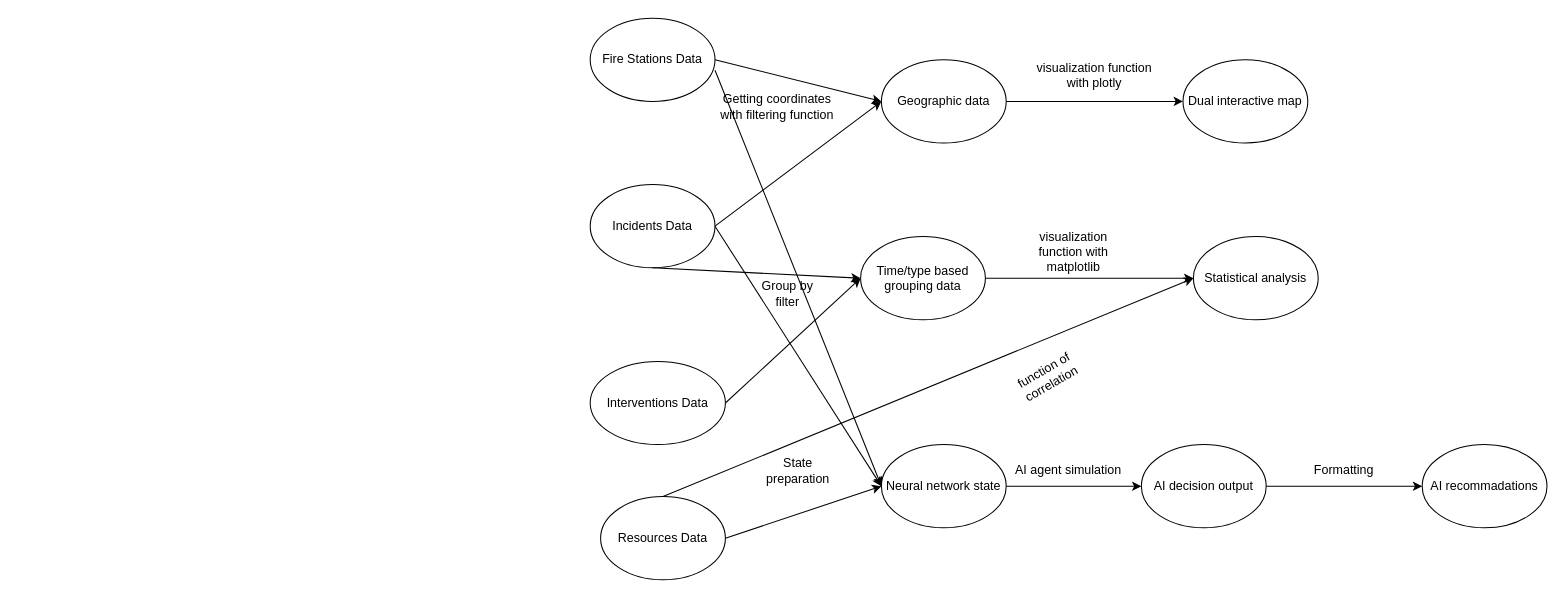
Earlier version of the draw.io diagram Diagramme sans nom.drawio (Neaxyn/Algo-tools). Source tidied: cells renumbered, new cells numbered last; positions are measured from the earlier drawing's top-left corner, leaving out a move shared by most shapes. Both pictures are drawn from the tidied source at 104%, with x=0, y=0 at pixel (590, 18).
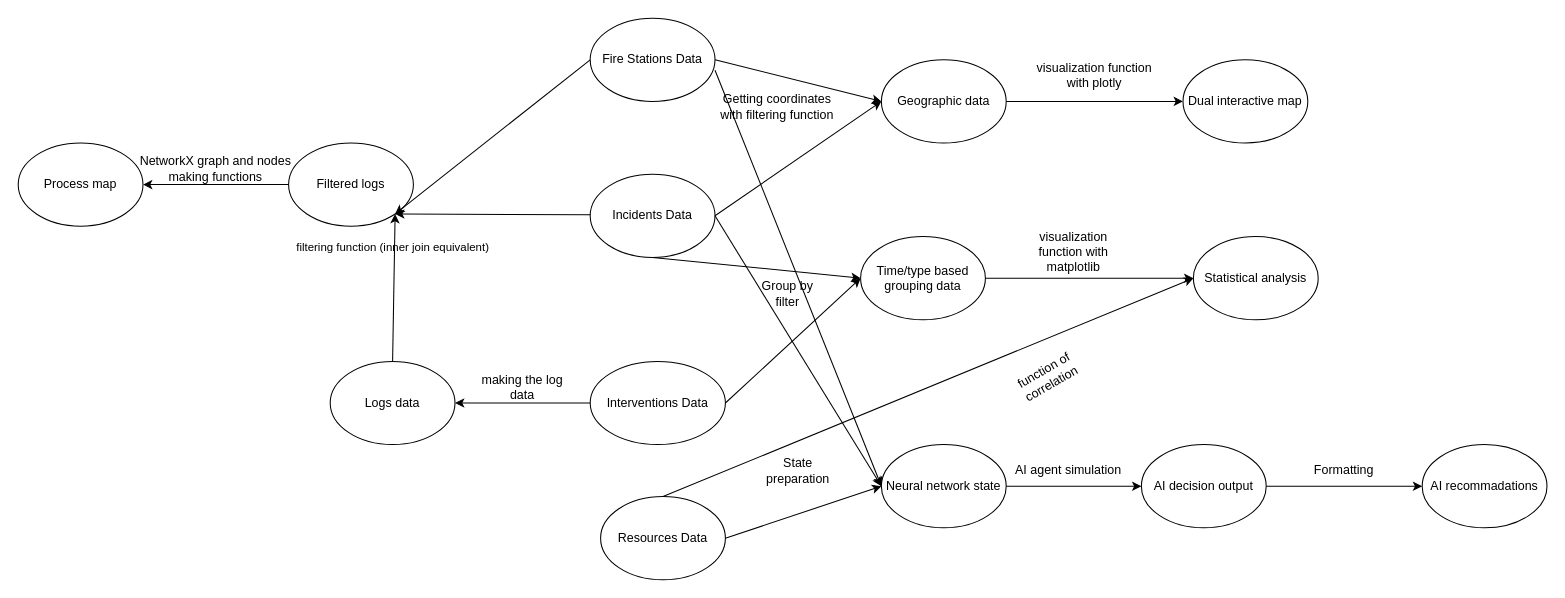
The same page after the edit.

Unchanged cells that the change refers to:
```xml
<mxCell id="3" value="Fire Stations Data" style="ellipse;whiteSpace=wrap;html=1;" parent="1" vertex="1">
  <mxGeometry width="120" height="80" as="geometry" />
</mxCell>
<mxCell id="5" value="Interventions Data" style="ellipse;whiteSpace=wrap;html=1;" parent="1" vertex="1">
  <mxGeometry y="330" width="130" height="80" as="geometry" />
</mxCell>
```

Diff of the diagram source:
```diff
@@
     <mxCell id="4" value="Incidents Data" style="ellipse;whiteSpace=wrap;html=1;" parent="1" vertex="1">
-      <mxGeometry y="160" width="120" height="80" as="geometry" />
+      <mxGeometry y="150" width="120" height="80" as="geometry" />
     </mxCell>
@@
+    <mxCell id="33" value="Logs data" style="ellipse;whiteSpace=wrap;html=1;" parent="1" vertex="1">
+      <mxGeometry x="-250" y="330" width="120" height="80" as="geometry" />
+    </mxCell>
+    <mxCell id="34" style="endArrow=classic;html=1;rounded=0;exitX=0;exitY=0.5;exitDx=0;exitDy=0;entryX=1;entryY=0.5;entryDx=0;entryDy=0;" parent="1" edge="1" source="5" target="33">
+      <mxGeometry relative="1" as="geometry" />
+    </mxCell>
+    <mxCell id="35" value="making the log data" style="text;html=1;align=center;verticalAlign=middle;whiteSpace=wrap;rounded=0;" parent="1" vertex="1">
+      <mxGeometry x="-110" y="340" width="90" height="30" as="geometry" />
+    </mxCell>
+    <mxCell id="36" value="Filtered logs" style="ellipse;whiteSpace=wrap;html=1;" parent="1" vertex="1">
+      <mxGeometry x="-290" y="120" width="120" height="80" as="geometry" />
+    </mxCell>
+    <mxCell id="37" style="endArrow=classic;html=1;rounded=0;entryX=1;entryY=1;entryDx=0;entryDy=0;" parent="1" edge="1" target="36">
+      <mxGeometry relative="1" as="geometry">
+        <mxPoint y="189" as="sourcePoint" />
+      </mxGeometry>
+    </mxCell>
+    <mxCell id="38" value="filtering function (inner join equivalent)" style="edgeLabel;html=1;align=center;verticalAlign=middle;" parent="37" vertex="1">
+      <mxGeometry x="-0.28" y="1" relative="1" as="geometry">
+        <mxPoint x="-122" y="30" as="offset" />
+      </mxGeometry>
+    </mxCell>
+    <mxCell id="39" style="endArrow=classic;html=1;rounded=0;exitX=0.5;exitY=0;exitDx=0;exitDy=0;entryX=1;entryY=1;entryDx=0;entryDy=0;" parent="1" edge="1" source="33" target="36">
+      <mxGeometry relative="1" as="geometry" />
+    </mxCell>
+    <mxCell id="40" style="endArrow=classic;html=1;rounded=0;exitX=0;exitY=0.5;exitDx=0;exitDy=0;entryX=1;entryY=1;entryDx=0;entryDy=0;" parent="1" edge="1" source="3" target="36">
+      <mxGeometry relative="1" as="geometry" />
+    </mxCell>
+    <mxCell id="41" style="endArrow=classic;html=1;rounded=0;exitX=0;exitY=0.5;exitDx=0;exitDy=0;entryX=1;entryY=0.5;entryDx=0;entryDy=0;" parent="1" edge="1" source="36" target="42">
+      <mxGeometry relative="1" as="geometry" />
+    </mxCell>
+    <mxCell id="42" value="Process map" style="ellipse;whiteSpace=wrap;html=1;" parent="1" vertex="1">
+      <mxGeometry x="-550" y="120" width="120" height="80" as="geometry" />
+    </mxCell>
+    <mxCell id="43" value="NetworkX graph and nodes making functions" style="text;html=1;align=center;verticalAlign=middle;whiteSpace=wrap;rounded=0;" parent="1" vertex="1">
+      <mxGeometry x="-440" y="130" width="160" height="30" as="geometry" />
+    </mxCell>
```
